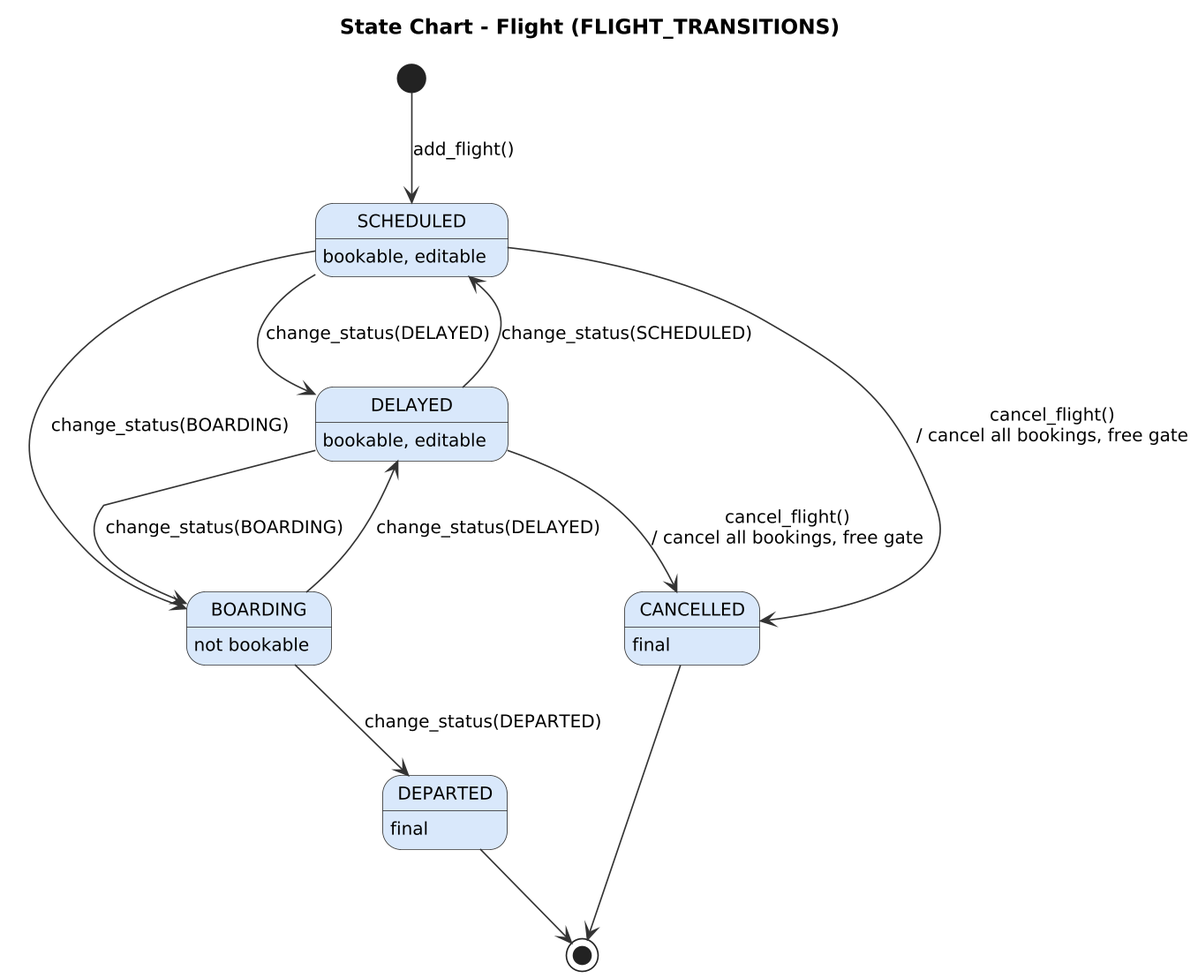
This is docs/uml/state_flight.png from praksingh-2702/AirportMS, a PlantUML export, as it was before one commit. The source it was exported from:
```plantuml
@startuml
!include _style.iuml
title State Chart - Flight (FLIGHT_TRANSITIONS)
[*] --> SCHEDULED : add_flight()
SCHEDULED --> DELAYED : change_status(DELAYED)
DELAYED --> SCHEDULED : change_status(SCHEDULED)
SCHEDULED --> BOARDING : change_status(BOARDING)
DELAYED --> BOARDING : change_status(BOARDING)
BOARDING --> DELAYED : change_status(DELAYED)
BOARDING --> DEPARTED : change_status(DEPARTED)
SCHEDULED --> CANCELLED : cancel_flight()\n/ cancel all bookings, free gate
DELAYED --> CANCELLED : cancel_flight()\n/ cancel all bookings, free gate
DEPARTED --> [*]
CANCELLED --> [*]
SCHEDULED : bookable, editable
DELAYED : bookable, editable
BOARDING : not bookable
DEPARTED : final
CANCELLED : final
@enduml
```
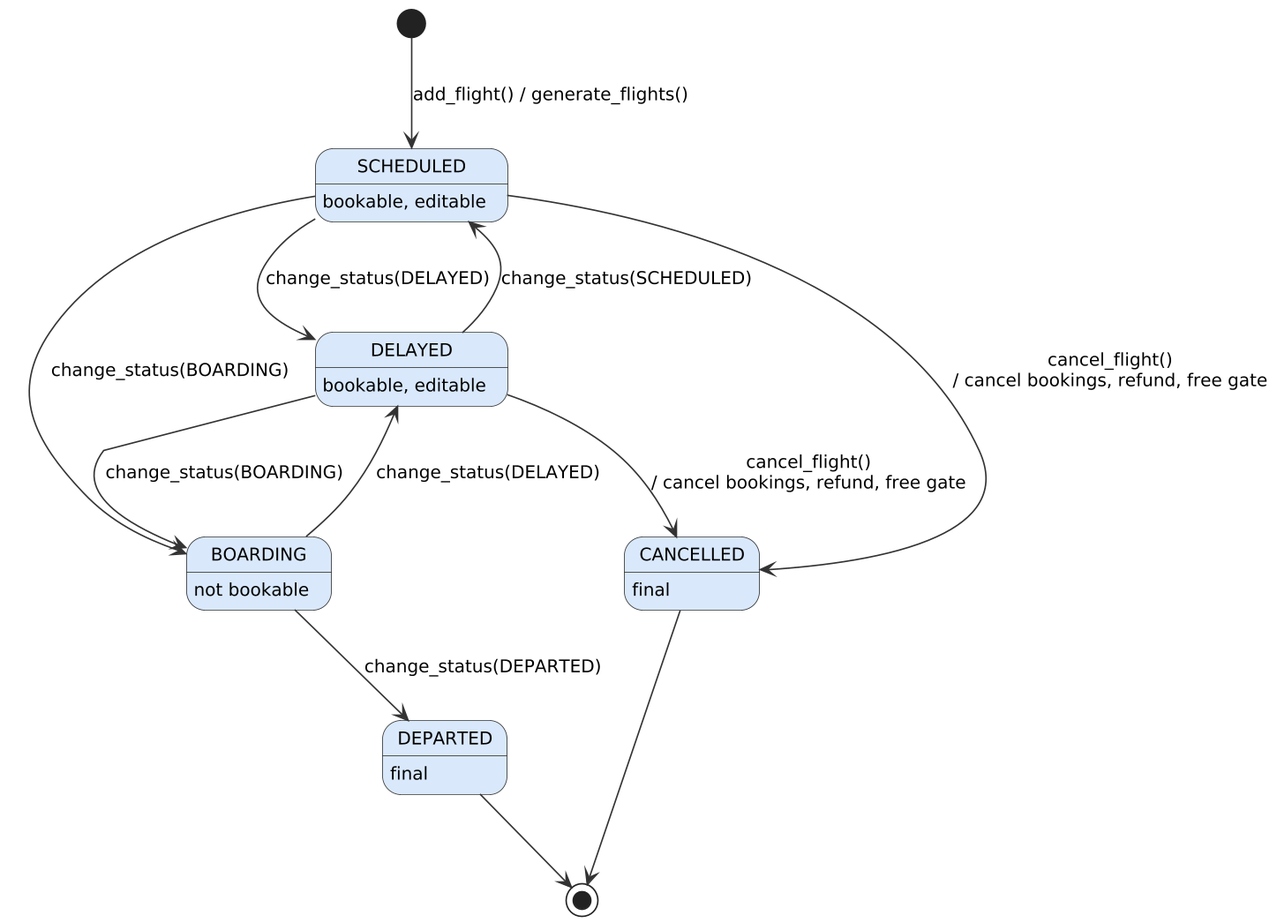
Later version of the same file.

Change to the diagram source:
```diff
@@ -1,15 +1,15 @@
 @startuml
 !include _style.iuml
-title State Chart - Flight (FLIGHT_TRANSITIONS)
-[*] --> SCHEDULED : add_flight()
+hide empty description
+[*] --> SCHEDULED : add_flight() / generate_flights()
 SCHEDULED --> DELAYED : change_status(DELAYED)
 DELAYED --> SCHEDULED : change_status(SCHEDULED)
 SCHEDULED --> BOARDING : change_status(BOARDING)
 DELAYED --> BOARDING : change_status(BOARDING)
 BOARDING --> DELAYED : change_status(DELAYED)
 BOARDING --> DEPARTED : change_status(DEPARTED)
-SCHEDULED --> CANCELLED : cancel_flight()\n/ cancel all bookings, free gate
-DELAYED --> CANCELLED : cancel_flight()\n/ cancel all bookings, free gate
+SCHEDULED --> CANCELLED : cancel_flight()\n/ cancel bookings, refund, free gate
+DELAYED --> CANCELLED : cancel_flight()\n/ cancel bookings, refund, free gate
 DEPARTED --> [*]
 CANCELLED --> [*]
 SCHEDULED : bookable, editable
```
